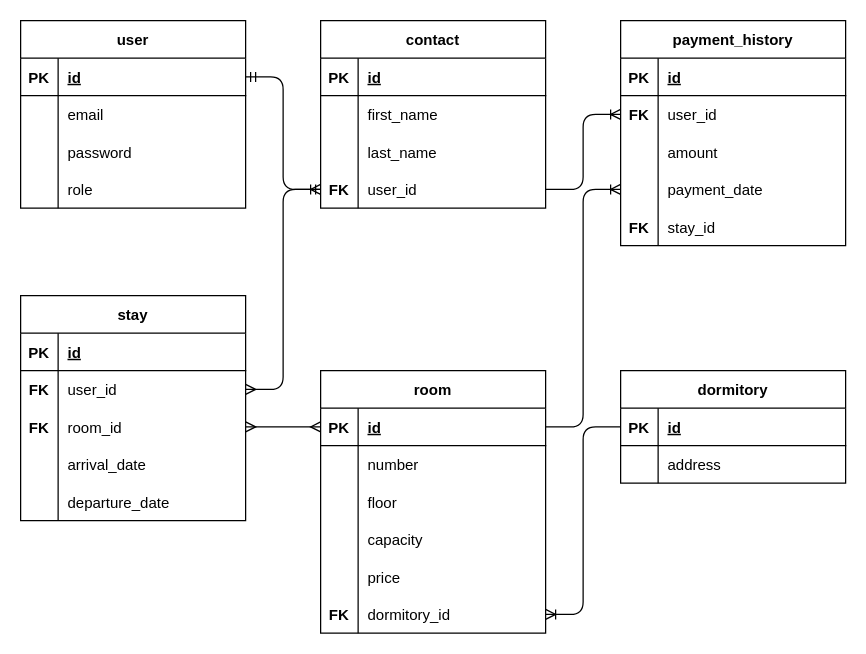
Above: draw.io/newDb.drawio in deividasdul/BAVIS (draw.io), before the change. Source tidied: cells renumbered, new cells numbered last; positions are measured from the earlier drawing's top-left corner, leaving out a move shared by most shapes. Both pictures are drawn from the tidied source at 125%, with x=0, y=0 at pixel (20, 20).
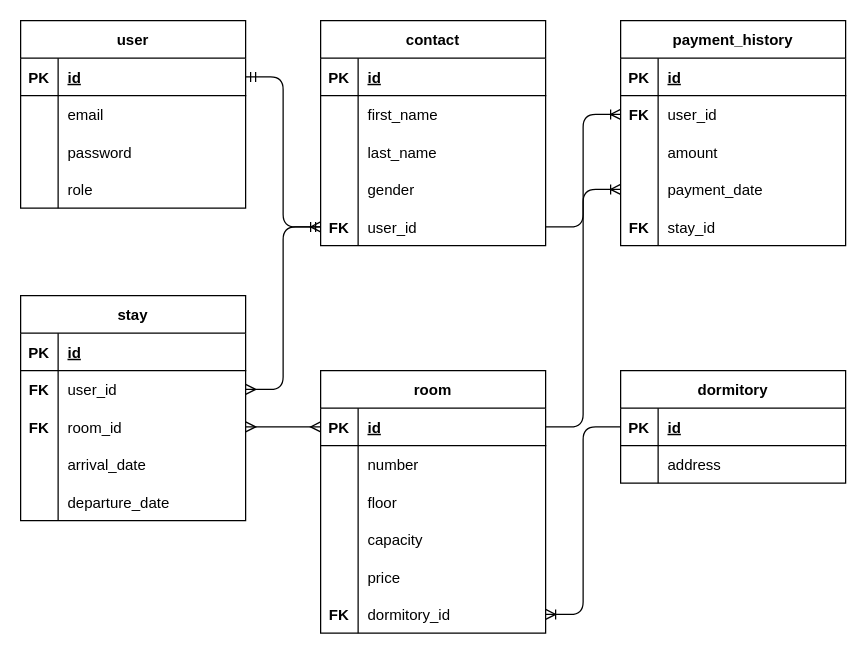
Above is the later version.

The edit, as a diff of the source:
```diff
@@
     <mxCell id="42" value="contact" style="shape=table;startSize=30;childLayout=tableLayout;rowLines=0;fontStyle=1;align=center;" parent="1" vertex="1">
-      <mxGeometry x="240" width="180" height="150" as="geometry" />
+      <mxGeometry x="240" width="180" height="180" as="geometry" />
     </mxCell>
@@
+    <mxCell id="92" style="shape=tableRow;horizontal=0;startSize=0;swimlaneHead=0;swimlaneBody=0;fillColor=none;top=0;left=0;right=0;bottom=0;" parent="42" vertex="1">
+      <mxGeometry y="120" width="180" height="30" as="geometry" />
+    </mxCell>
+    <mxCell id="93" style="shape=partialRectangle;fillColor=none;top=0;left=0;bottom=0;right=0;overflow=hidden;" parent="92" vertex="1">
+      <mxGeometry width="30" height="30" as="geometry" />
+    </mxCell>
+    <mxCell id="94" value="gender" style="shape=partialRectangle;fillColor=none;top=0;left=0;bottom=0;right=0;align=left;spacingLeft=6;overflow=hidden;" parent="92" vertex="1">
+      <mxGeometry x="30" width="150" height="30" as="geometry" />
+    </mxCell>
     <mxCell id="52" style="shape=tableRow;horizontal=0;startSize=0;swimlaneHead=0;swimlaneBody=0;fillColor=none;points=[[0,0.5],[1,0.5]];portConstraint=eastwest;top=0;left=0;right=0;bottom=0;" parent="42" vertex="1">
-      <mxGeometry y="120" width="180" height="30" as="geometry" />
+      <mxGeometry y="150" width="180" height="30" as="geometry" />
     </mxCell>
```
